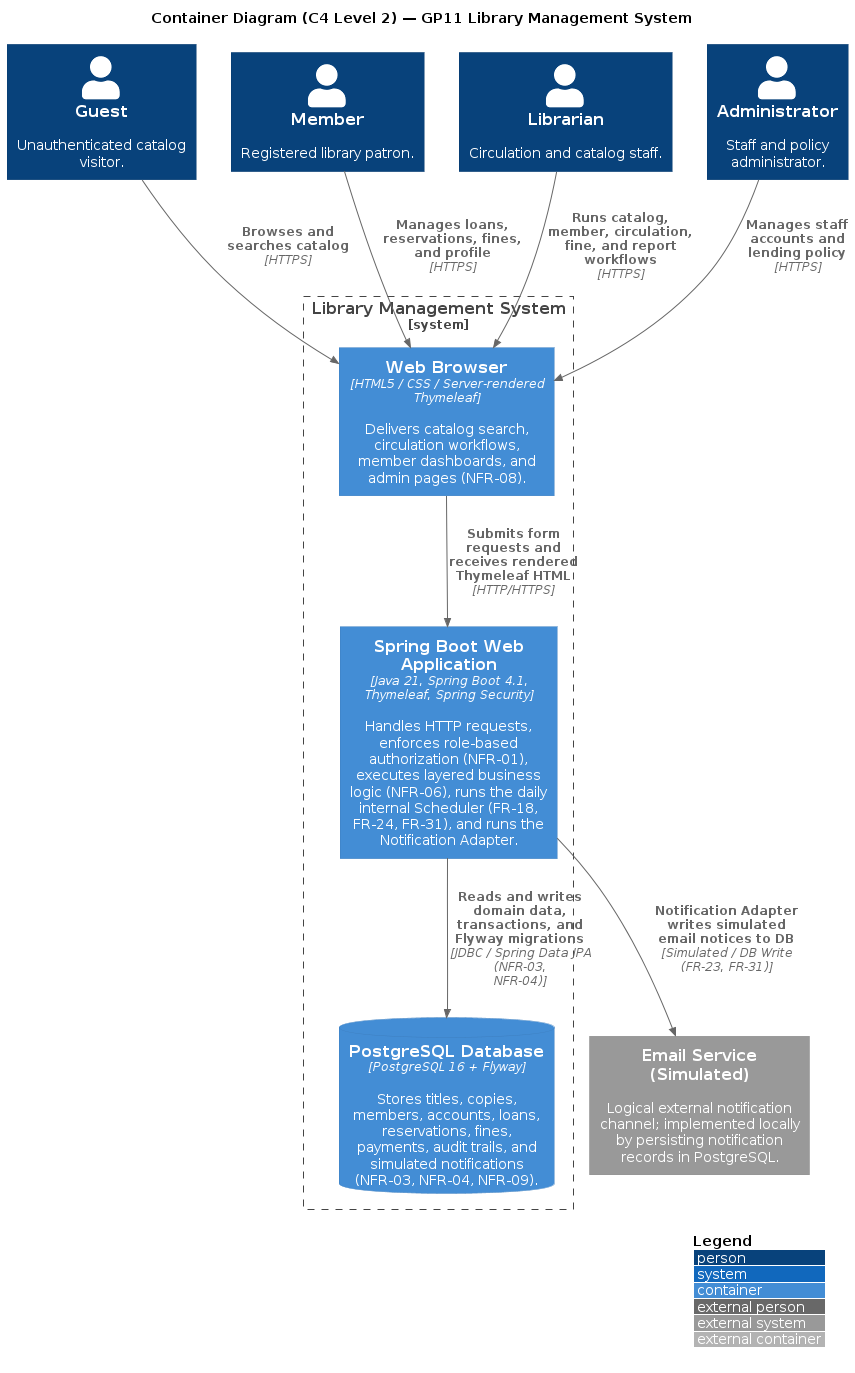
The PlantUML diagram uml/rendered/c4-container.png in yazanamarnehh/GP11-Library-Management-System, before a commit. Source of this version:
```plantuml
@startuml
!include https://raw.githubusercontent.com/plantuml-stdlib/C4-PlantUML/master/C4_Container.puml

LAYOUT_WITH_LEGEND()

title Container Diagram (C4 Level 2) — GP11 Library Management System

Person(guest, "Guest", "Unauthenticated catalog visitor.")
Person(member, "Member", "Registered library patron.")
Person(librarian, "Librarian", "Circulation and catalog staff.")
Person(admin, "Administrator", "Staff and policy administrator.")

System_Boundary(lms_boundary, "Library Management System") {
    Container(browser, "Web Browser", "HTML5 / CSS / Server-rendered Thymeleaf", "Delivers catalog search, circulation workflows, member dashboards, and admin pages (NFR-08).")
    Container(webapp, "Spring Boot Web Application", "Java 21, Spring Boot 4.1, Thymeleaf, Spring Security", "Handles HTTP requests, enforces role-based authorization (NFR-01), executes layered business logic (NFR-06), runs the daily internal Scheduler (FR-18, FR-24, FR-31), and runs the Notification Adapter.")
    ContainerDb(db, "PostgreSQL Database", "PostgreSQL 16 + Flyway", "Stores titles, copies, members, accounts, loans, reservations, fines, payments, audit trails, and simulated notifications (NFR-03, NFR-04, NFR-09).")
}

System_Ext(email, "Email Service (Simulated)", "Logical external notification channel; implemented locally by persisting notification records in PostgreSQL.")

Rel(guest, browser, "Browses and searches catalog", "HTTPS")
Rel(member, browser, "Manages loans, reservations, fines, and profile", "HTTPS")
Rel(librarian, browser, "Runs catalog, member, circulation, fine, and report workflows", "HTTPS")
Rel(admin, browser, "Manages staff accounts and lending policy", "HTTPS")

Rel(browser, webapp, "Submits form requests and receives rendered Thymeleaf HTML", "HTTP/HTTPS")
Rel(webapp, db, "Reads and writes domain data, transactions, and Flyway migrations", "JDBC / Spring Data JPA (NFR-03, NFR-04)")
Rel(webapp, email, "Notification Adapter writes simulated email notices to DB", "Simulated / DB Write (FR-23, FR-31)")
@enduml
```
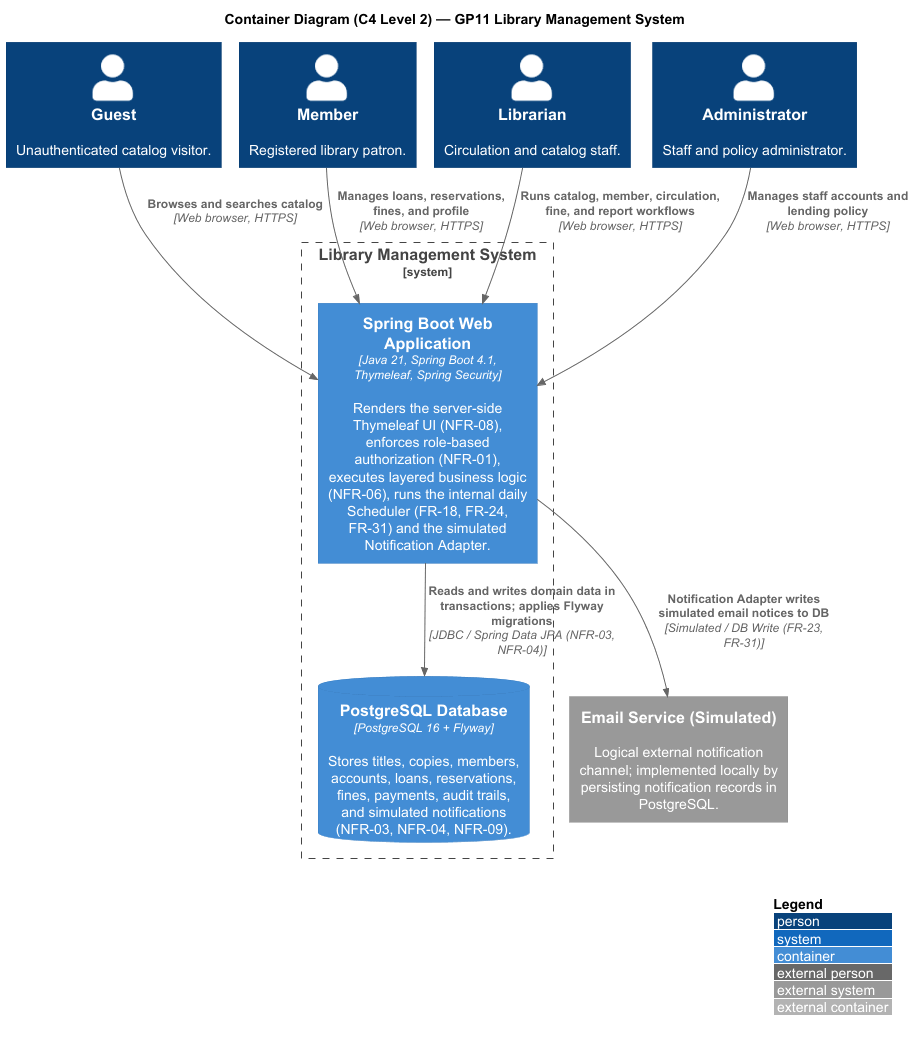
Later version of the same file.

What changed in the source:
```diff
@@ -1,5 +1,6 @@
-@startuml
-!include https://raw.githubusercontent.com/plantuml-stdlib/C4-PlantUML/master/C4_Container.puml
+@startuml c4-container
+!pragma layout smetana
+!include <C4/C4_Container>
 
 LAYOUT_WITH_LEGEND()
 
@@ -11,19 +12,18 @@
 Person(admin, "Administrator", "Staff and policy administrator.")
 
 System_Boundary(lms_boundary, "Library Management System") {
-    Container(browser, "Web Browser", "HTML5 / CSS / Server-rendered Thymeleaf", "Delivers catalog search, circulation workflows, member dashboards, and admin pages (NFR-08).")
-    Container(webapp, "Spring Boot Web Application", "Java 21, Spring Boot 4.1, Thymeleaf, Spring Security", "Handles HTTP requests, enforces role-based authorization (NFR-01), executes layered business logic (NFR-06), runs the daily internal Scheduler (FR-18, FR-24, FR-31), and runs the Notification Adapter.")
+    Container(webapp, "Spring Boot Web Application", "Java 21, Spring Boot 4.1, Thymeleaf, Spring Security", "Renders the server-side Thymeleaf UI (NFR-08), enforces role-based authorization (NFR-01), executes layered business logic (NFR-06), runs the internal daily Scheduler (FR-18, FR-24, FR-31) and the simulated Notification Adapter.")
     ContainerDb(db, "PostgreSQL Database", "PostgreSQL 16 + Flyway", "Stores titles, copies, members, accounts, loans, reservations, fines, payments, audit trails, and simulated notifications (NFR-03, NFR-04, NFR-09).")
 }
 
 System_Ext(email, "Email Service (Simulated)", "Logical external notification channel; implemented locally by persisting notification records in PostgreSQL.")
 
-Rel(guest, browser, "Browses and searches catalog", "HTTPS")
-Rel(member, browser, "Manages loans, reservations, fines, and profile", "HTTPS")
-Rel(librarian, browser, "Runs catalog, member, circulation, fine, and report workflows", "HTTPS")
-Rel(admin, browser, "Manages staff accounts and lending policy", "HTTPS")
+Rel(guest, webapp, "Browses and searches catalog", "Web browser, HTTPS")
+Rel(member, webapp, "Manages loans, reservations, fines, and profile", "Web browser, HTTPS")
+Rel(librarian, webapp, "Runs catalog, member, circulation, fine, and report workflows", "Web browser, HTTPS")
+Rel(admin, webapp, "Manages staff accounts and lending policy", "Web browser, HTTPS")
 
-Rel(browser, webapp, "Submits form requests and receives rendered Thymeleaf HTML", "HTTP/HTTPS")
-Rel(webapp, db, "Reads and writes domain data, transactions, and Flyway migrations", "JDBC / Spring Data JPA (NFR-03, NFR-04)")
+Rel(webapp, db, "Reads and writes domain data in transactions; applies Flyway migrations", "JDBC / Spring Data JPA (NFR-03, NFR-04)")
 Rel(webapp, email, "Notification Adapter writes simulated email notices to DB", "Simulated / DB Write (FR-23, FR-31)")
+
 @enduml
```
